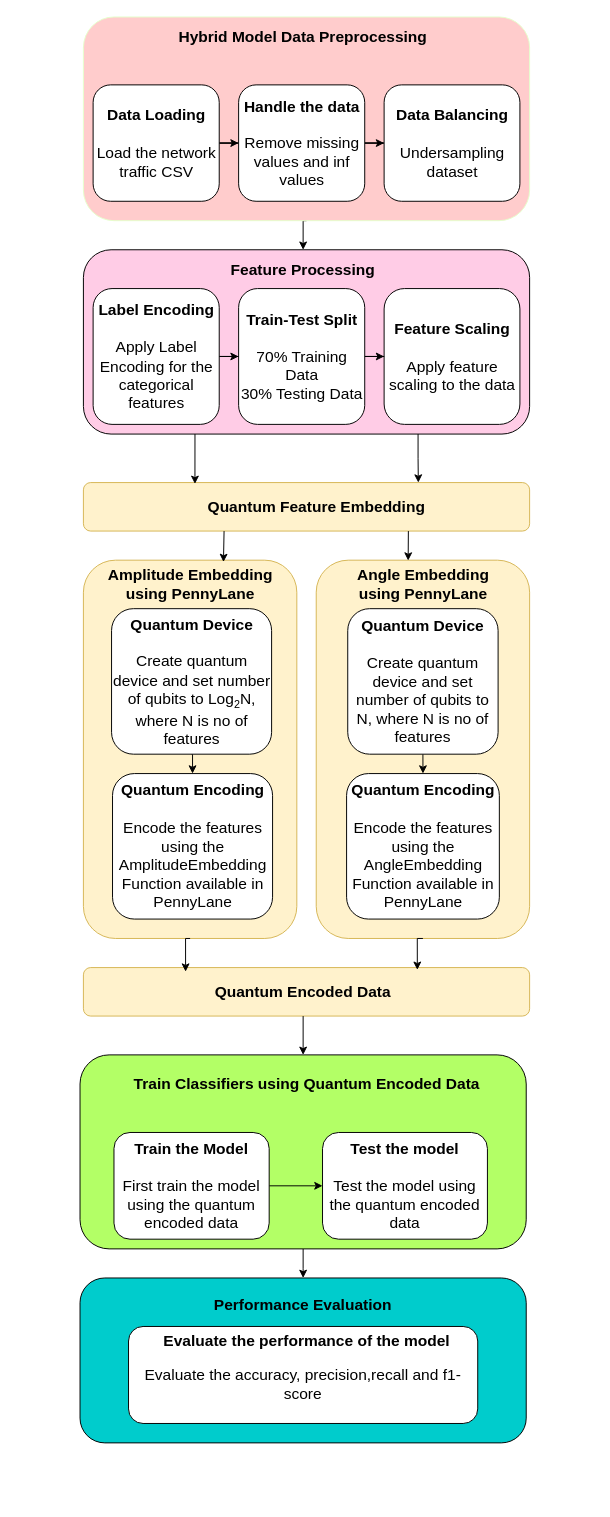
AkshayMMurthy/abc keeps this draw.io diagram as Copy of QKNN.drawio. Above is the earlier version. Source tidied: cells renumbered, new cells numbered last; positions are measured from the earlier drawing's top-left corner, leaving out a move shared by most shapes. Both pictures are drawn from the tidied source at 97%, with x=0, y=0 at pixel (16, 16).
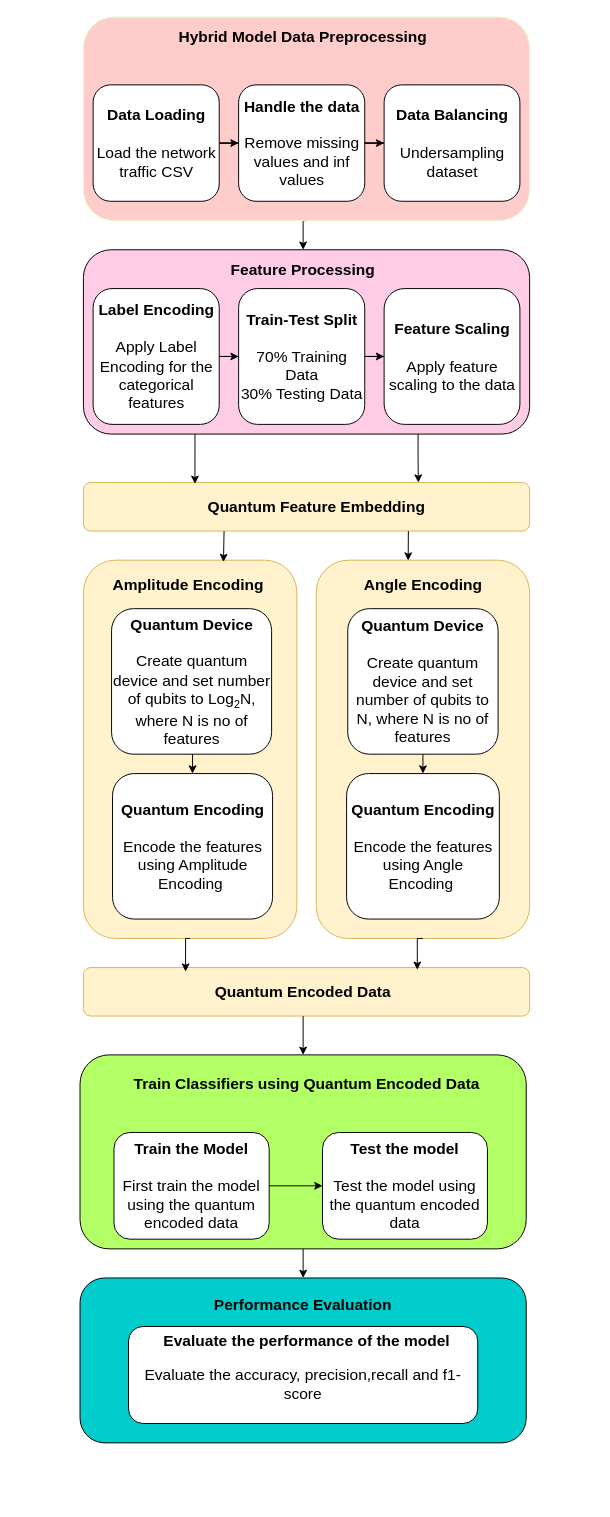
The same page after the edit.

What changed in the source:
```diff
@@
-    <mxCell id="29" value="&lt;b&gt;Amplitude Embedding using PennyLane&lt;/b&gt;" style="text;html=1;align=center;verticalAlign=middle;whiteSpace=wrap;rounded=0;fontSize=16;" parent="1" vertex="1">
+    <mxCell id="29" value="&lt;b&gt;Amplitude Encoding&amp;nbsp;&lt;/b&gt;" style="text;html=1;align=center;verticalAlign=middle;whiteSpace=wrap;rounded=0;fontSize=16;" parent="1" vertex="1">
       <mxGeometry x="88.5" y="560" width="180" height="50" as="geometry" />
     </mxCell>
-    <mxCell id="30" value="&lt;font&gt;&lt;b&gt;Angle Embedding using PennyLane&lt;/b&gt;&lt;/font&gt;" style="text;html=1;align=center;verticalAlign=middle;whiteSpace=wrap;rounded=0;fontSize=16;" parent="1" vertex="1">
+    <mxCell id="30" value="&lt;font&gt;&lt;b&gt;Angle Encoding&lt;/b&gt;&lt;/font&gt;" style="text;html=1;align=center;verticalAlign=middle;whiteSpace=wrap;rounded=0;fontSize=16;" parent="1" vertex="1">
       <mxGeometry x="338.5" y="560" width="160" height="50" as="geometry" />
     </mxCell>
@@
-    <mxCell id="40" value="&lt;div&gt;&lt;b&gt;Quantum Encoding&lt;/b&gt;&lt;/div&gt;&lt;div&gt;&lt;br&gt;&lt;/div&gt;&lt;div&gt;Encode the features using the AmplitudeEmbedding Function available in PennyLane&lt;/div&gt;" style="rounded=1;whiteSpace=wrap;html=1;fontSize=16;" parent="1" vertex="1">
+    <mxCell id="40" value="&lt;div&gt;&lt;b&gt;Quantum Encoding&lt;/b&gt;&lt;/div&gt;&lt;div&gt;&lt;br&gt;&lt;/div&gt;&lt;div&gt;Encode the features using Amplitude Encoding&amp;nbsp;&lt;/div&gt;" style="rounded=1;whiteSpace=wrap;html=1;fontSize=16;" parent="1" vertex="1">
       <mxGeometry x="98.5" y="780" width="165" height="150" as="geometry" />
     </mxCell>
-    <mxCell id="41" value="&lt;div&gt;&lt;b&gt;Quantum Encoding&lt;/b&gt;&lt;/div&gt;&lt;div&gt;&lt;br&gt;&lt;/div&gt;&lt;div&gt;Encode the features using the AngleEmbedding Function available in PennyLane&lt;/div&gt;" style="rounded=1;whiteSpace=wrap;html=1;fontSize=16;" parent="1" vertex="1">
+    <mxCell id="41" value="&lt;div&gt;&lt;b&gt;Quantum Encoding&lt;/b&gt;&lt;/div&gt;&lt;div&gt;&lt;br&gt;&lt;/div&gt;&lt;div&gt;Encode the features using Angle Encoding&amp;nbsp;&lt;/div&gt;" style="rounded=1;whiteSpace=wrap;html=1;fontSize=16;" parent="1" vertex="1">
       <mxGeometry x="339.8" y="780" width="157.5" height="150" as="geometry" />
     </mxCell>
```
